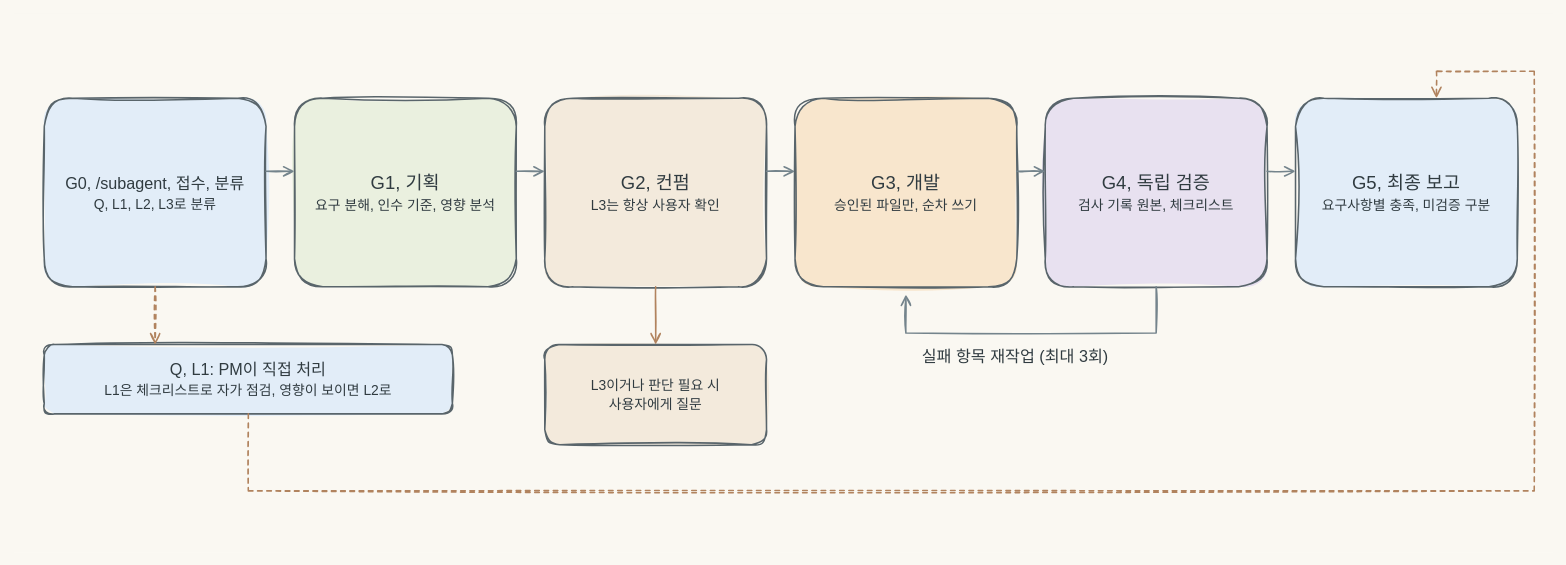
This is docs/assets/drawio/task-workflow.ko.drawio from jbeat30/claude-subagent-workflow, a draw.io file, before an edit. Source tidied: cells renumbered, new cells numbered last; positions are measured from the earlier drawing's top-left corner, leaving out a move shared by most shapes. Both pictures are drawn from the tidied source at 77%, with x=0, y=0 at pixel (13, 13).
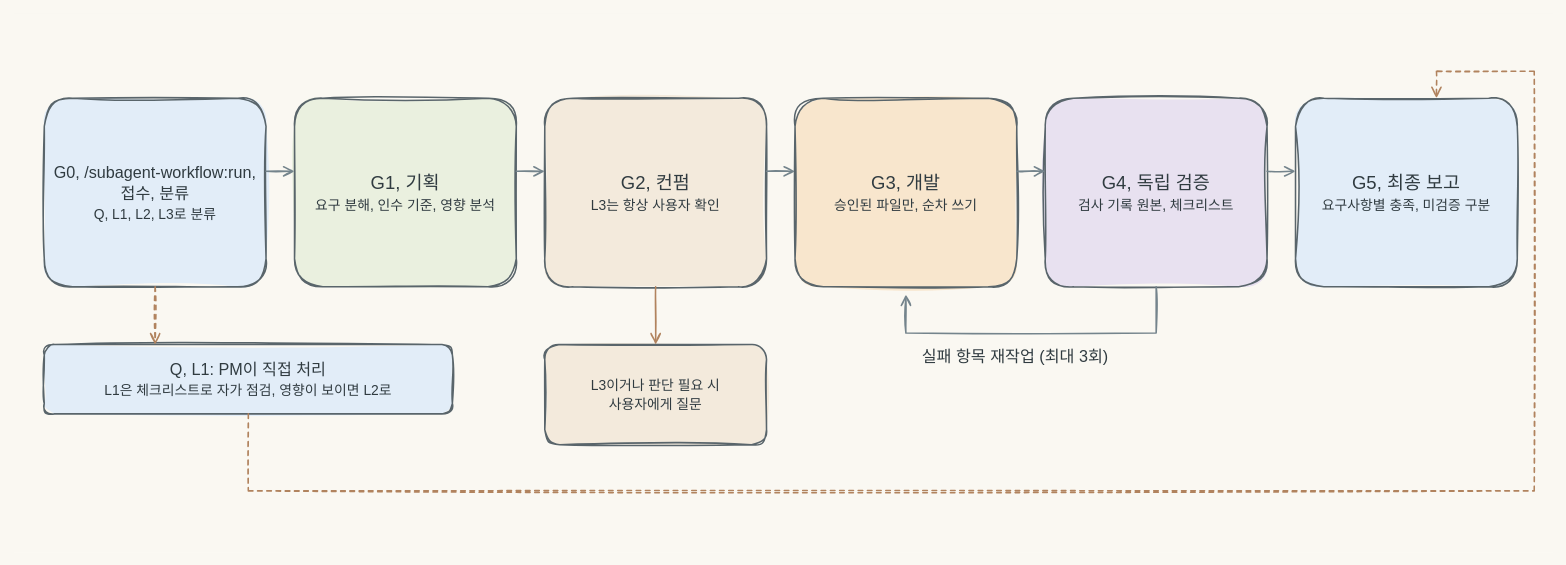
The same page after the edit.

What changed in the source:
```diff
@@
-    <mxCell id="3" value="&lt;div style=&quot;font-size:21.0px;font-weight:normal;line-height:1.35;color:#303B40;&quot;&gt;G0, /subagent, 접수, 분류&lt;/div&gt;&lt;div style=&quot;font-size:18.0px;font-weight:normal;line-height:1.35;color:#303B40;&quot;&gt;Q, L1, L2, L3로 분류&lt;/div&gt;" style="whiteSpace=wrap;html=1;align=center;verticalAlign=middle;fontFamily=Malgun Gothic;fontColor=#303B40;fillColor=#e2edf8;spacing=12;rounded=1;sketch=1;jiggle=2;strokeWidth=2;strokeColor=#59656b;fillOpacity=100;opacity=100;fillStyle=solid;gradientColor=none;glass=0;fontStyle=0;" parent="1" vertex="1">
+    <mxCell id="3" value="&lt;div style=&quot;font-size:21.0px;font-weight:normal;line-height:1.35;color:#303B40;&quot;&gt;G0, /subagent-workflow:run, 접수, 분류&lt;/div&gt;&lt;div style=&quot;font-size:18.0px;font-weight:normal;line-height:1.35;color:#303B40;&quot;&gt;Q, L1, L2, L3로 분류&lt;/div&gt;" style="whiteSpace=wrap;html=1;align=center;verticalAlign=middle;fontFamily=Malgun Gothic;fontColor=#303B40;fillColor=#e2edf8;spacing=12;rounded=1;sketch=1;jiggle=2;strokeWidth=2;strokeColor=#59656b;fillOpacity=100;opacity=100;fillStyle=solid;gradientColor=none;glass=0;fontStyle=0;" parent="1" vertex="1">
       <mxGeometry x="40" y="110" width="288" height="245" as="geometry" />
     </mxCell>
```
